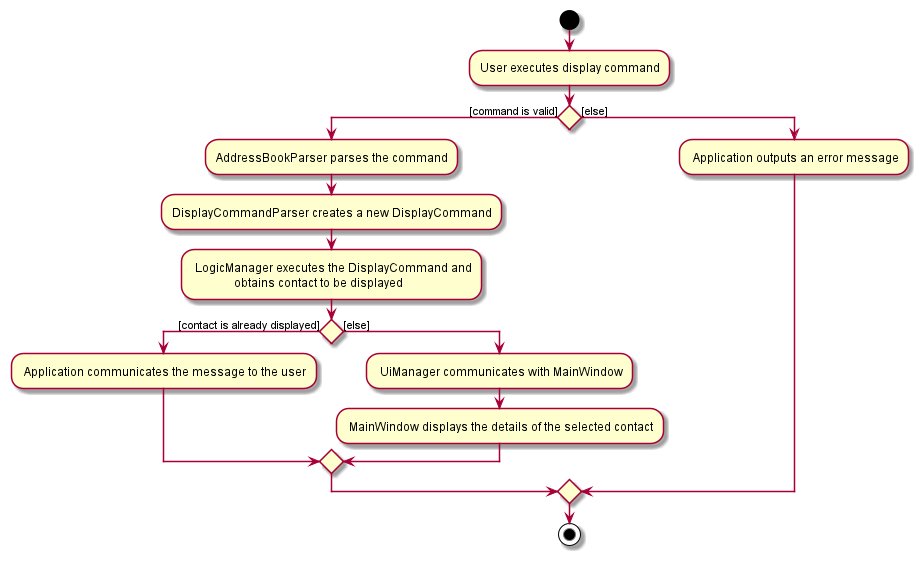
This is docs/images/DisplayActivityDiagram.png from pranav-ganesh/tp, a PlantUML export, as it was before one commit.
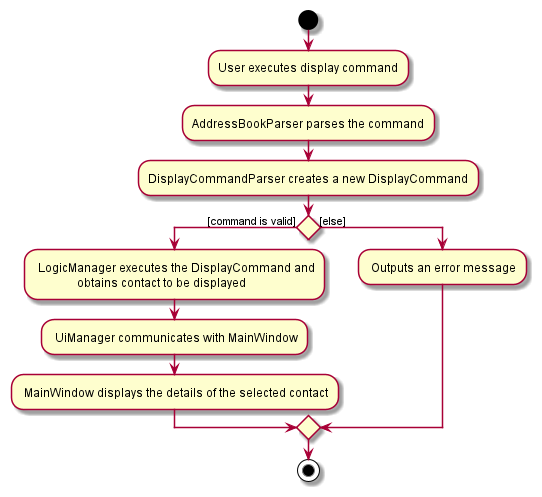
After the change.

Change to the diagram source:
```diff
@@ -3,20 +3,15 @@
 :User executes display command;
 
 
+:AddressBookParser parses the command;
+:DisplayCommandParser creates a new DisplayCommand;
 if () then ([command is valid])
-    :AddressBookParser parses the command;
-    :DisplayCommandParser creates a new DisplayCommand;
     : LogicManager executes the DisplayCommand and
                   obtains contact to be displayed;
-    if () then ([contact is already displayed])
-        : Application communicates the message to the user;
-    else ([else])
-        : UiManager communicates with MainWindow;
+    : UiManager communicates with MainWindow;
         : MainWindow displays the details of the selected contact;
-    endif
-
 else ([else])
-    : Application outputs an error message;
+    : Outputs an error message;
 endif
 stop
 @enduml
```
